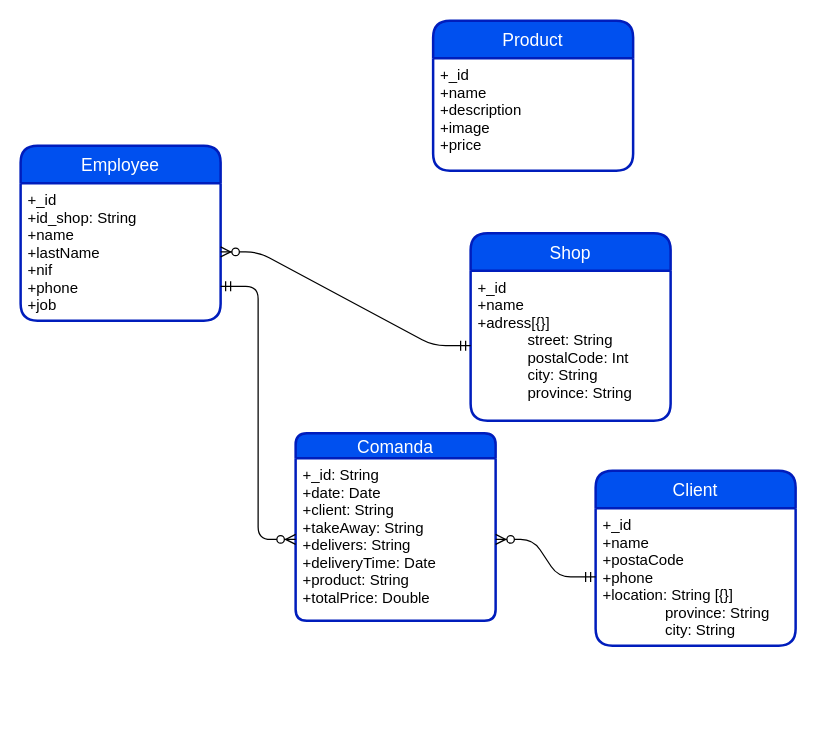
Before: Diagrams/pizzeria.drawio in xaviercomi/mongoDB-estructura, a draw.io diagram. Source tidied: cells renumbered, new cells numbered last; positions are measured from the earlier drawing's top-left corner, leaving out a move shared by most shapes. Both pictures are drawn from the tidied source at 125%, with x=0, y=0 at pixel (20, 20).
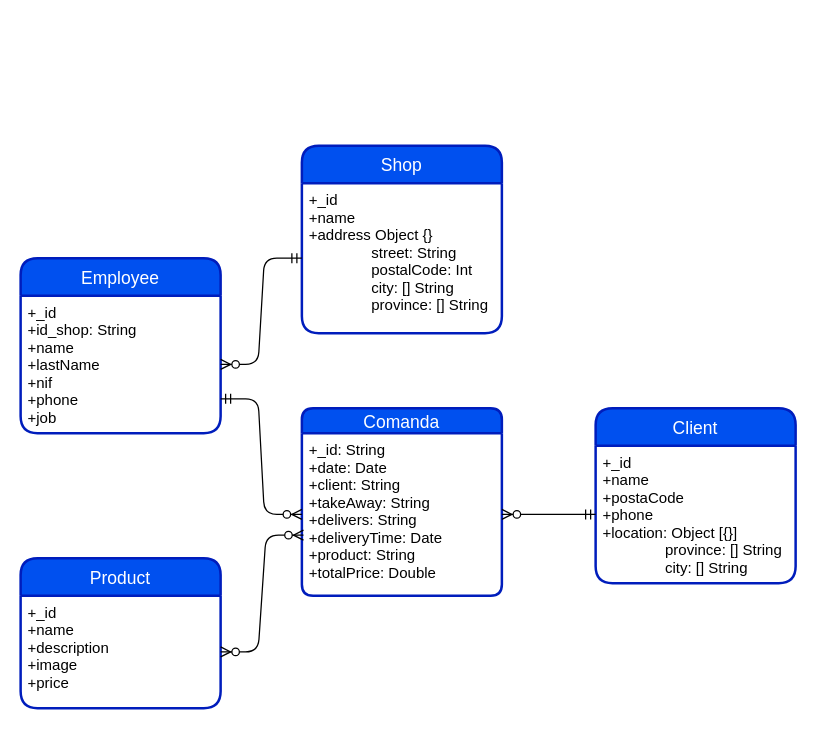
The same diagram, later.

Diff of the diagram source:
```diff
@@
 <mxGraphModel>
   <root>
     <mxCell id="0" />
     <mxCell id="1" parent="0" />
     <mxCell id="2" value="Client" style="swimlane;horizontal=1;startSize=30;rounded=1;fontSize=14;fontStyle=0;strokeWidth=2;shadow=0;dashed=0;align=center;fillColor=#0050ef;strokeColor=#001DBC;fontColor=#ffffff;" parent="1" vertex="1">
-      <mxGeometry x="460" y="360" width="160" height="140" as="geometry" />
+      <mxGeometry x="460" y="310" width="160" height="140" as="geometry" />
     </mxCell>
-    <mxCell id="3" value="+_id        &#10;+name&#10;+postaCode&#10;+phone&#10;+location: String [{}]&#10;               province: String&#10;               city: String" style="align=left;strokeColor=none;fillColor=none;spacingLeft=4;fontSize=12;verticalAlign=top;" parent="2" vertex="1">
+    <mxCell id="3" value="+_id        &#10;+name&#10;+postaCode&#10;+phone&#10;+location: Object [{}]&#10;               province: [] String&#10;               city: [] String" style="align=left;strokeColor=none;fillColor=none;spacingLeft=4;fontSize=12;verticalAlign=top;" parent="2" vertex="1">
       <mxGeometry y="30" width="160" height="110" as="geometry" />
     </mxCell>
     <mxCell id="4" value="Product" style="swimlane;horizontal=1;startSize=30;rounded=1;fontSize=14;fontStyle=0;strokeWidth=2;shadow=0;dashed=0;align=center;fillColor=#0050ef;strokeColor=#001DBC;fontColor=#ffffff;" parent="1" vertex="1">
-      <mxGeometry x="330" width="160" height="120" as="geometry" />
+      <mxGeometry y="430" width="160" height="120" as="geometry" />
     </mxCell>
     <mxCell id="5" value="+_id&#10;+name&#10;+description&#10;+image&#10;+price" style="align=left;strokeColor=none;fillColor=none;spacingLeft=4;fontSize=12;verticalAlign=top;" parent="4" vertex="1">
       <mxGeometry y="30" width="160" height="90" as="geometry" />
     </mxCell>
     <mxCell id="6" value="Shop" style="swimlane;horizontal=1;startSize=30;rounded=1;fontSize=14;fontStyle=0;strokeWidth=2;shadow=0;dashed=0;align=center;fillColor=#0050ef;strokeColor=#001DBC;fontColor=#ffffff;" parent="1" vertex="1">
-      <mxGeometry x="360" y="170" width="160" height="150" as="geometry" />
+      <mxGeometry x="225" y="100" width="160" height="150" as="geometry" />
     </mxCell>
-    <mxCell id="7" value="+_id&#10;+name&#10;+adress[{}]&#10;            street: String&#10;            postalCode: Int&#10;            city: String&#10;            province: String" style="align=left;strokeColor=none;fillColor=none;spacingLeft=4;fontSize=12;verticalAlign=top;" parent="6" vertex="1">
+    <mxCell id="7" value="+_id&#10;+name&#10;+address Object {}&#10;               street: String&#10;               postalCode: Int&#10;               city: [] String&#10;               province: [] String" style="align=left;strokeColor=none;fillColor=none;spacingLeft=4;fontSize=12;verticalAlign=top;" parent="6" vertex="1">
       <mxGeometry y="30" width="160" height="120" as="geometry" />
     </mxCell>
     <mxCell id="8" value="Employee" style="swimlane;horizontal=1;startSize=30;rounded=1;fontSize=14;fontStyle=0;strokeWidth=2;shadow=0;dashed=0;align=center;fillColor=#0050ef;strokeColor=#001DBC;fontColor=#ffffff;" parent="1" vertex="1">
-      <mxGeometry y="100" width="160" height="140" as="geometry" />
+      <mxGeometry y="190" width="160" height="140" as="geometry" />
     </mxCell>
     <mxCell id="9" value="+_id&#10;+id_shop: String&#10;+name&#10;+lastName&#10;+nif&#10;+phone&#10;+job&#10;" style="align=left;strokeColor=none;fillColor=none;spacingLeft=4;fontSize=12;verticalAlign=top;" parent="8" vertex="1">
       <mxGeometry y="30" width="160" height="110" as="geometry" />
     </mxCell>
     <mxCell id="10" value="Comanda" style="swimlane;horizontal=1;startSize=20;rounded=1;fontSize=14;fontStyle=0;strokeWidth=2;shadow=0;dashed=0;align=center;fillColor=#0050ef;strokeColor=#001DBC;fontColor=#ffffff;" parent="1" vertex="1">
-      <mxGeometry x="220" y="330" width="160" height="150" as="geometry" />
+      <mxGeometry x="225" y="310" width="160" height="150" as="geometry" />
     </mxCell>
     <mxCell id="11" value="+_id: String&#10;+date: Date&#10;+client: String&#10;+takeAway: String&#10;+delivers: String&#10;+deliveryTime: Date&#10;+product: String&#10;+totalPrice: Double" style="align=left;strokeColor=none;fillColor=none;spacingLeft=4;fontSize=12;verticalAlign=top;" parent="10" vertex="1">
       <mxGeometry y="20" width="160" height="130" as="geometry" />
     </mxCell>
     <mxCell id="12" style="edgeStyle=entityRelationEdgeStyle;fontSize=12;html=1;endArrow=ERzeroToMany;startArrow=ERmandOne;exitX=0;exitY=0.5;exitDx=0;exitDy=0;entryX=1;entryY=0.5;entryDx=0;entryDy=0;" parent="1" edge="1" source="3" target="11">
       <mxGeometry relative="1" as="geometry" />
     </mxCell>
     <mxCell id="13" style="edgeStyle=entityRelationEdgeStyle;fontSize=12;html=1;endArrow=ERzeroToMany;startArrow=ERmandOne;entryX=1;entryY=0.5;entryDx=0;entryDy=0;exitX=0;exitY=0.5;exitDx=0;exitDy=0;" parent="1" edge="1" source="7" target="9">
       <mxGeometry relative="1" as="geometry" />
     </mxCell>
     <mxCell id="14" style="edgeStyle=entityRelationEdgeStyle;fontSize=12;html=1;endArrow=ERzeroToMany;startArrow=ERmandOne;entryX=0;entryY=0.5;entryDx=0;entryDy=0;exitX=1;exitY=0.75;exitDx=0;exitDy=0;" parent="1" edge="1" source="9" target="11">
       <mxGeometry relative="1" as="geometry" />
     </mxCell>
+    <mxCell id="15" style="edgeStyle=entityRelationEdgeStyle;fontSize=12;html=1;endArrow=ERzeroToMany;endFill=1;startArrow=ERzeroToMany;exitX=1;exitY=0.5;exitDx=0;exitDy=0;entryX=0.008;entryY=0.628;entryDx=0;entryDy=0;entryPerimeter=0;" parent="1" edge="1" source="5" target="11">
+      <mxGeometry relative="1" as="geometry" />
+    </mxCell>
   </root>
 </mxGraphModel>
```
